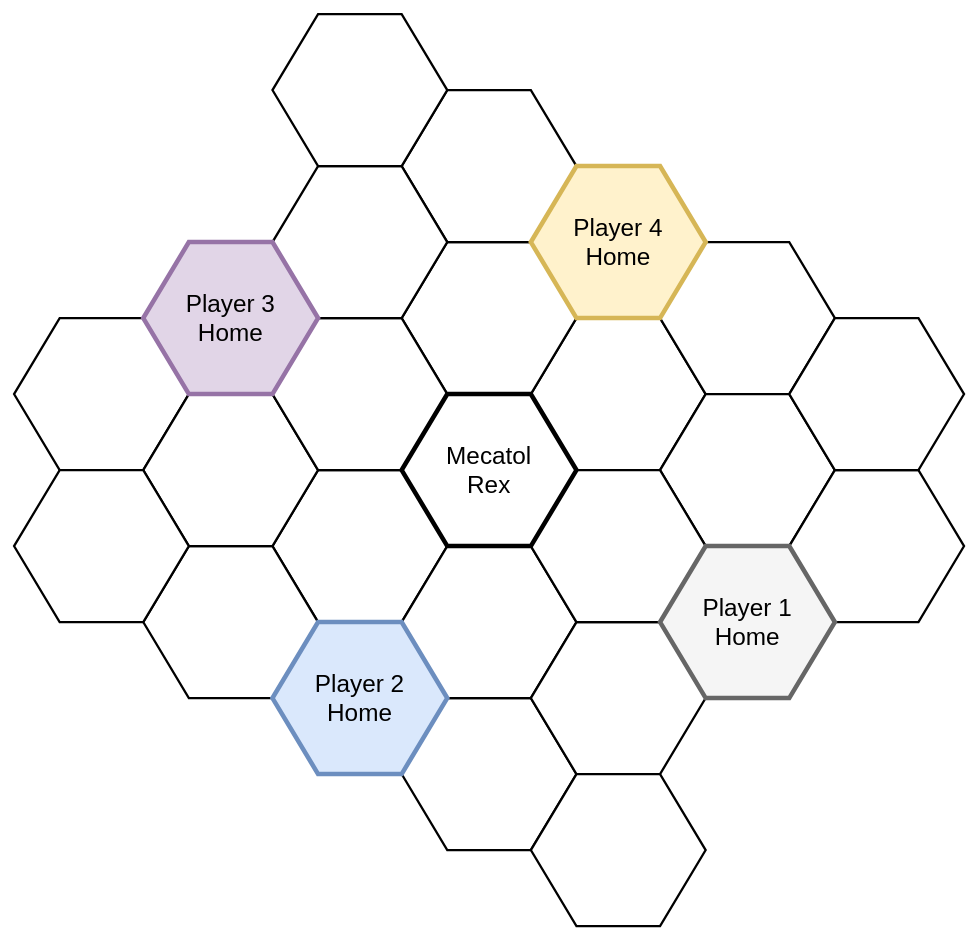
acodcha/ti4-cartographer keeps this draw.io diagram as images/4_players_small.drawio. Above is the earlier version. Source tidied: cells renumbered, new cells numbered last; positions are measured from the earlier drawing's top-left corner, leaving out a move shared by most shapes. Both pictures are drawn from the tidied source at 76%, with x=0, y=0 at pixel (14, 14).
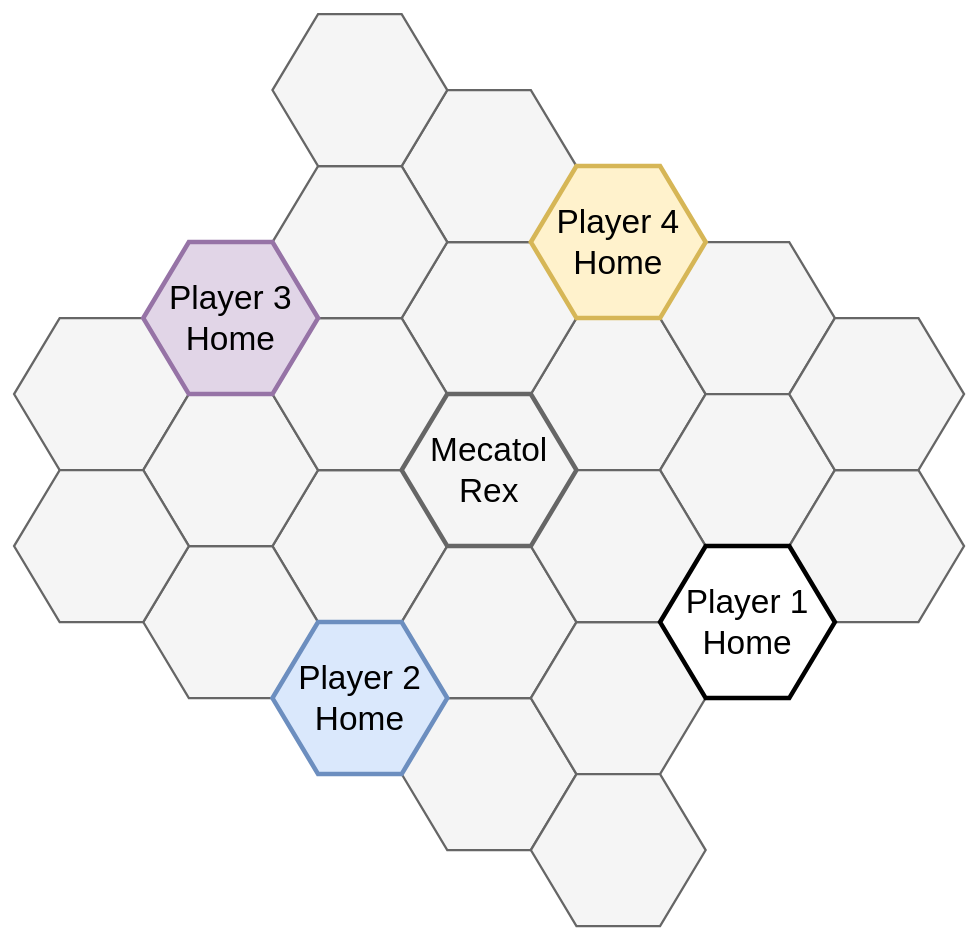
The same diagram, later.

What changed in the source:
```diff
@@
-    <mxCell id="2" style="shape=hexagon;perimeter=hexagonPerimeter2;whiteSpace=wrap;html=1;fixedSize=1;size=60;fontSize=32;fontFamily=Helvetica;strokeWidth=3;" parent="1" vertex="1">
+    <mxCell id="2" style="shape=hexagon;perimeter=hexagonPerimeter2;whiteSpace=wrap;html=1;fixedSize=1;size=60;fontSize=44;fontFamily=Helvetica;strokeWidth=3;fillColor=#f5f5f5;strokeColor=#666666;fontColor=#333333;" parent="1" vertex="1">
       <mxGeometry x="680" y="400" width="230" height="200" as="geometry" />
     </mxCell>
-    <mxCell id="3" style="shape=hexagon;perimeter=hexagonPerimeter2;whiteSpace=wrap;html=1;fixedSize=1;size=60;fontSize=32;fontFamily=Helvetica;strokeWidth=3;" parent="1" vertex="1">
+    <mxCell id="3" style="shape=hexagon;perimeter=hexagonPerimeter2;whiteSpace=wrap;html=1;fixedSize=1;size=60;fontSize=44;fontFamily=Helvetica;strokeWidth=3;fillColor=#f5f5f5;strokeColor=#666666;fontColor=#333333;" parent="1" vertex="1">
       <mxGeometry x="510" y="300" width="230" height="200" as="geometry" />
     </mxCell>
-    <mxCell id="4" style="shape=hexagon;perimeter=hexagonPerimeter2;whiteSpace=wrap;html=1;fixedSize=1;size=60;fontSize=32;fontFamily=Helvetica;strokeWidth=3;" parent="1" vertex="1">
+    <mxCell id="4" style="shape=hexagon;perimeter=hexagonPerimeter2;whiteSpace=wrap;html=1;fixedSize=1;size=60;fontSize=44;fontFamily=Helvetica;strokeWidth=3;fillColor=#f5f5f5;strokeColor=#666666;fontColor=#333333;" parent="1" vertex="1">
       <mxGeometry x="510" y="100" width="230" height="200" as="geometry" />
     </mxCell>
-    <mxCell id="5" style="shape=hexagon;perimeter=hexagonPerimeter2;whiteSpace=wrap;html=1;fixedSize=1;size=60;fontSize=32;fontFamily=Helvetica;strokeWidth=3;" parent="1" vertex="1">
+    <mxCell id="5" style="shape=hexagon;perimeter=hexagonPerimeter2;whiteSpace=wrap;html=1;fixedSize=1;size=60;fontSize=44;fontFamily=Helvetica;strokeWidth=3;fillColor=#f5f5f5;strokeColor=#666666;fontColor=#333333;" parent="1" vertex="1">
       <mxGeometry x="850" y="300" width="230" height="200" as="geometry" />
     </mxCell>
-    <mxCell id="6" style="shape=hexagon;perimeter=hexagonPerimeter2;whiteSpace=wrap;html=1;fixedSize=1;size=60;fontSize=32;fontFamily=Helvetica;strokeWidth=3;" parent="1" vertex="1">
+    <mxCell id="6" style="shape=hexagon;perimeter=hexagonPerimeter2;whiteSpace=wrap;html=1;fixedSize=1;size=60;fontSize=44;fontFamily=Helvetica;strokeWidth=3;fillColor=#f5f5f5;strokeColor=#666666;fontColor=#333333;" parent="1" vertex="1">
       <mxGeometry x="510" y="900" width="230" height="200" as="geometry" />
     </mxCell>
-    <mxCell id="7" style="shape=hexagon;perimeter=hexagonPerimeter2;whiteSpace=wrap;html=1;fixedSize=1;size=60;fontSize=32;fontFamily=Helvetica;strokeWidth=3;" parent="1" vertex="1">
+    <mxCell id="7" style="shape=hexagon;perimeter=hexagonPerimeter2;whiteSpace=wrap;html=1;fixedSize=1;size=60;fontSize=44;fontFamily=Helvetica;strokeWidth=3;fillColor=#f5f5f5;strokeColor=#666666;fontColor=#333333;" parent="1" vertex="1">
       <mxGeometry x="340" y="600" width="230" height="200" as="geometry" />
     </mxCell>
-    <mxCell id="8" style="shape=hexagon;perimeter=hexagonPerimeter2;whiteSpace=wrap;html=1;fixedSize=1;size=60;fontSize=32;fontFamily=Helvetica;strokeWidth=3;" parent="1" vertex="1">
+    <mxCell id="8" style="shape=hexagon;perimeter=hexagonPerimeter2;whiteSpace=wrap;html=1;fixedSize=1;size=60;fontSize=44;fontFamily=Helvetica;strokeWidth=3;fillColor=#f5f5f5;strokeColor=#666666;fontColor=#333333;" parent="1" vertex="1">
       <mxGeometry x="510" y="700" width="230" height="200" as="geometry" />
     </mxCell>
-    <mxCell id="9" style="shape=hexagon;perimeter=hexagonPerimeter2;whiteSpace=wrap;html=1;fixedSize=1;size=60;fontSize=32;fontFamily=Helvetica;strokeWidth=3;" parent="1" vertex="1">
+    <mxCell id="9" style="shape=hexagon;perimeter=hexagonPerimeter2;whiteSpace=wrap;html=1;fixedSize=1;size=60;fontSize=44;fontFamily=Helvetica;strokeWidth=3;fillColor=#f5f5f5;strokeColor=#666666;fontColor=#333333;" parent="1" vertex="1">
       <mxGeometry x="850" y="500" width="230" height="200" as="geometry" />
     </mxCell>
-    <mxCell id="10" style="shape=hexagon;perimeter=hexagonPerimeter2;whiteSpace=wrap;html=1;fixedSize=1;size=60;fontSize=32;fontFamily=Helvetica;strokeWidth=3;" parent="1" vertex="1">
+    <mxCell id="10" style="shape=hexagon;perimeter=hexagonPerimeter2;whiteSpace=wrap;html=1;fixedSize=1;size=60;fontSize=44;fontFamily=Helvetica;strokeWidth=3;fillColor=#f5f5f5;strokeColor=#666666;fontColor=#333333;" parent="1" vertex="1">
       <mxGeometry x="680" y="800" width="230" height="200" as="geometry" />
     </mxCell>
-    <mxCell id="11" style="shape=hexagon;perimeter=hexagonPerimeter2;whiteSpace=wrap;html=1;fixedSize=1;size=60;fontSize=32;fontFamily=Helvetica;strokeWidth=3;" parent="1" vertex="1">
+    <mxCell id="11" style="shape=hexagon;perimeter=hexagonPerimeter2;whiteSpace=wrap;html=1;fixedSize=1;size=60;fontSize=44;fontFamily=Helvetica;strokeWidth=3;fillColor=#f5f5f5;strokeColor=#666666;fontColor=#333333;" parent="1" vertex="1">
       <mxGeometry x="1020" y="600" width="230" height="200" as="geometry" />
     </mxCell>
-    <mxCell id="12" style="shape=hexagon;perimeter=hexagonPerimeter2;whiteSpace=wrap;html=1;fixedSize=1;size=60;fontSize=32;fontFamily=Helvetica;strokeWidth=3;" parent="1" vertex="1">
+    <mxCell id="12" style="shape=hexagon;perimeter=hexagonPerimeter2;whiteSpace=wrap;html=1;fixedSize=1;size=60;fontSize=44;fontFamily=Helvetica;strokeWidth=3;fillColor=#f5f5f5;strokeColor=#666666;fontColor=#333333;" parent="1" vertex="1">
       <mxGeometry x="680" y="600" width="230" height="200" as="geometry" />
     </mxCell>
-    <mxCell id="13" style="shape=hexagon;perimeter=hexagonPerimeter2;whiteSpace=wrap;html=1;fixedSize=1;size=60;fontSize=32;fontFamily=Helvetica;strokeWidth=3;" parent="1" vertex="1">
+    <mxCell id="13" style="shape=hexagon;perimeter=hexagonPerimeter2;whiteSpace=wrap;html=1;fixedSize=1;size=60;fontSize=44;fontFamily=Helvetica;strokeWidth=3;fillColor=#f5f5f5;strokeColor=#666666;fontColor=#333333;" parent="1" vertex="1">
       <mxGeometry x="170" y="700" width="230" height="200" as="geometry" />
     </mxCell>
-    <mxCell id="14" style="shape=hexagon;perimeter=hexagonPerimeter2;whiteSpace=wrap;html=1;fixedSize=1;size=60;fontSize=32;fontFamily=Helvetica;strokeWidth=3;" parent="1" vertex="1">
+    <mxCell id="14" style="shape=hexagon;perimeter=hexagonPerimeter2;whiteSpace=wrap;html=1;fixedSize=1;size=60;fontSize=44;fontFamily=Helvetica;strokeWidth=3;fillColor=#f5f5f5;strokeColor=#666666;fontColor=#333333;" parent="1" vertex="1">
       <mxGeometry y="400" width="230" height="200" as="geometry" />
     </mxCell>
-    <mxCell id="15" style="shape=hexagon;perimeter=hexagonPerimeter2;whiteSpace=wrap;html=1;fixedSize=1;size=60;fontSize=32;fontFamily=Helvetica;strokeWidth=3;" parent="1" vertex="1">
+    <mxCell id="15" style="shape=hexagon;perimeter=hexagonPerimeter2;whiteSpace=wrap;html=1;fixedSize=1;size=60;fontSize=44;fontFamily=Helvetica;strokeWidth=3;fillColor=#f5f5f5;strokeColor=#666666;fontColor=#333333;" parent="1" vertex="1">
       <mxGeometry x="170" y="500" width="230" height="200" as="geometry" />
     </mxCell>
-    <mxCell id="16" style="shape=hexagon;perimeter=hexagonPerimeter2;whiteSpace=wrap;html=1;fixedSize=1;size=60;fontSize=32;fontFamily=Helvetica;strokeWidth=3;" parent="1" vertex="1">
+    <mxCell id="16" style="shape=hexagon;perimeter=hexagonPerimeter2;whiteSpace=wrap;html=1;fixedSize=1;size=60;fontSize=44;fontFamily=Helvetica;strokeWidth=3;fillColor=#f5f5f5;strokeColor=#666666;fontColor=#333333;" parent="1" vertex="1">
       <mxGeometry x="340" y="400" width="230" height="200" as="geometry" />
     </mxCell>
-    <mxCell id="17" style="shape=hexagon;perimeter=hexagonPerimeter2;whiteSpace=wrap;html=1;fixedSize=1;size=60;fontSize=32;fontFamily=Helvetica;strokeWidth=3;" parent="1" vertex="1">
+    <mxCell id="17" style="shape=hexagon;perimeter=hexagonPerimeter2;whiteSpace=wrap;html=1;fixedSize=1;size=60;fontSize=44;fontFamily=Helvetica;strokeWidth=3;fillColor=#f5f5f5;strokeColor=#666666;fontColor=#333333;" parent="1" vertex="1">
       <mxGeometry x="340" y="200" width="230" height="200" as="geometry" />
     </mxCell>
-    <mxCell id="18" style="shape=hexagon;perimeter=hexagonPerimeter2;whiteSpace=wrap;html=1;fixedSize=1;size=60;fontSize=32;fontFamily=Helvetica;strokeWidth=3;" parent="1" vertex="1">
+    <mxCell id="18" style="shape=hexagon;perimeter=hexagonPerimeter2;whiteSpace=wrap;html=1;fixedSize=1;size=60;fontSize=44;fontFamily=Helvetica;strokeWidth=3;fillColor=#f5f5f5;strokeColor=#666666;fontColor=#333333;" parent="1" vertex="1">
       <mxGeometry y="600" width="230" height="200" as="geometry" />
     </mxCell>
-    <mxCell id="19" style="shape=hexagon;perimeter=hexagonPerimeter2;whiteSpace=wrap;html=1;fixedSize=1;size=60;fontSize=32;fontFamily=Helvetica;strokeWidth=3;" parent="1" vertex="1">
+    <mxCell id="19" style="shape=hexagon;perimeter=hexagonPerimeter2;whiteSpace=wrap;html=1;fixedSize=1;size=60;fontSize=44;fontFamily=Helvetica;strokeWidth=3;fillColor=#f5f5f5;strokeColor=#666666;fontColor=#333333;" parent="1" vertex="1">
       <mxGeometry x="1020" y="400" width="230" height="200" as="geometry" />
     </mxCell>
-    <mxCell id="20" style="shape=hexagon;perimeter=hexagonPerimeter2;whiteSpace=wrap;html=1;fixedSize=1;size=60;fontSize=32;fontFamily=Helvetica;strokeWidth=3;" parent="1" vertex="1">
+    <mxCell id="20" style="shape=hexagon;perimeter=hexagonPerimeter2;whiteSpace=wrap;html=1;fixedSize=1;size=60;fontSize=44;fontFamily=Helvetica;strokeWidth=3;fillColor=#f5f5f5;strokeColor=#666666;fontColor=#333333;" parent="1" vertex="1">
       <mxGeometry x="340" width="230" height="200" as="geometry" />
     </mxCell>
-    <mxCell id="21" style="shape=hexagon;perimeter=hexagonPerimeter2;whiteSpace=wrap;html=1;fixedSize=1;size=60;fontSize=32;fontFamily=Helvetica;strokeWidth=3;" parent="1" vertex="1">
+    <mxCell id="21" style="shape=hexagon;perimeter=hexagonPerimeter2;whiteSpace=wrap;html=1;fixedSize=1;size=60;fontSize=44;fontFamily=Helvetica;strokeWidth=3;fillColor=#f5f5f5;strokeColor=#666666;fontColor=#333333;" parent="1" vertex="1">
       <mxGeometry x="680" y="1000" width="230" height="200" as="geometry" />
     </mxCell>
-    <mxCell id="22" value="Player 1&lt;br style=&quot;font-size: 32px;&quot;&gt;Home" style="shape=hexagon;perimeter=hexagonPerimeter2;whiteSpace=wrap;html=1;fixedSize=1;size=60;fontSize=32;fontFamily=Helvetica;strokeWidth=6;fillColor=#f5f5f5;strokeColor=#666666;" parent="1" vertex="1">
+    <mxCell id="22" value="Player 1&lt;br style=&quot;font-size: 44px;&quot;&gt;Home" style="shape=hexagon;perimeter=hexagonPerimeter2;whiteSpace=wrap;html=1;fixedSize=1;size=60;fontSize=44;fontFamily=Helvetica;strokeWidth=6;" parent="1" vertex="1">
       <mxGeometry x="850" y="700" width="230" height="200" as="geometry" />
     </mxCell>
-    <mxCell id="23" value="Player 2&lt;br style=&quot;font-size: 32px;&quot;&gt;Home" style="shape=hexagon;perimeter=hexagonPerimeter2;whiteSpace=wrap;html=1;fixedSize=1;size=60;fontSize=32;fontFamily=Helvetica;fillColor=#dae8fc;strokeColor=#6c8ebf;strokeWidth=6;" parent="1" vertex="1">
+    <mxCell id="23" value="Player 2&lt;br style=&quot;font-size: 44px;&quot;&gt;Home" style="shape=hexagon;perimeter=hexagonPerimeter2;whiteSpace=wrap;html=1;fixedSize=1;size=60;fontSize=44;fontFamily=Helvetica;fillColor=#dae8fc;strokeColor=#6c8ebf;strokeWidth=6;" parent="1" vertex="1">
       <mxGeometry x="340" y="800" width="230" height="200" as="geometry" />
     </mxCell>
-    <mxCell id="24" value="Player 3&lt;br style=&quot;font-size: 32px;&quot;&gt;Home" style="shape=hexagon;perimeter=hexagonPerimeter2;whiteSpace=wrap;html=1;fixedSize=1;size=60;fontSize=32;fontFamily=Helvetica;fillColor=#e1d5e7;strokeColor=#9673a6;strokeWidth=6;" parent="1" vertex="1">
+    <mxCell id="24" value="Player 3&lt;br style=&quot;font-size: 44px;&quot;&gt;Home" style="shape=hexagon;perimeter=hexagonPerimeter2;whiteSpace=wrap;html=1;fixedSize=1;size=60;fontSize=44;fontFamily=Helvetica;fillColor=#e1d5e7;strokeColor=#9673a6;strokeWidth=6;" parent="1" vertex="1">
       <mxGeometry x="170" y="300" width="230" height="200" as="geometry" />
     </mxCell>
-    <mxCell id="25" value="Player 4&lt;br style=&quot;font-size: 32px;&quot;&gt;Home" style="shape=hexagon;perimeter=hexagonPerimeter2;whiteSpace=wrap;html=1;fixedSize=1;size=60;fontSize=32;fontFamily=Helvetica;fillColor=#fff2cc;strokeColor=#d6b656;strokeWidth=6;" parent="1" vertex="1">
+    <mxCell id="25" value="Player 4&lt;br style=&quot;font-size: 44px;&quot;&gt;Home" style="shape=hexagon;perimeter=hexagonPerimeter2;whiteSpace=wrap;html=1;fixedSize=1;size=60;fontSize=44;fontFamily=Helvetica;fillColor=#fff2cc;strokeColor=#d6b656;strokeWidth=6;" parent="1" vertex="1">
       <mxGeometry x="680" y="200" width="230" height="200" as="geometry" />
     </mxCell>
-    <mxCell id="26" value="Mecatol&lt;br style=&quot;font-size: 32px;&quot;&gt;Rex" style="shape=hexagon;perimeter=hexagonPerimeter2;whiteSpace=wrap;html=1;fixedSize=1;size=60;fontSize=32;fontFamily=Helvetica;strokeWidth=6;" parent="1" vertex="1">
+    <mxCell id="26" value="Mecatol&lt;br style=&quot;font-size: 44px;&quot;&gt;Rex" style="shape=hexagon;perimeter=hexagonPerimeter2;whiteSpace=wrap;html=1;fixedSize=1;size=60;fontSize=44;fontFamily=Helvetica;strokeWidth=6;fillColor=#f5f5f5;strokeColor=#666666;" parent="1" vertex="1">
       <mxGeometry x="510" y="500" width="230" height="200" as="geometry" />
     </mxCell>
```
